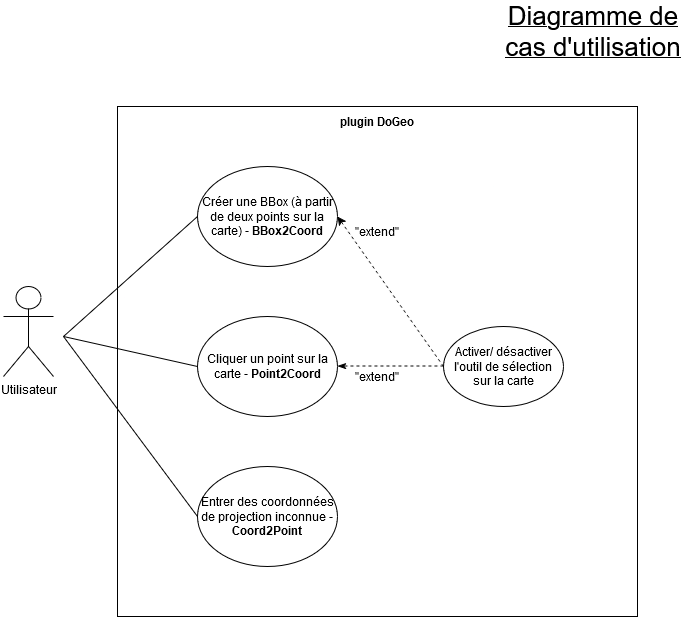
Above: diag_UseCases.png in leonielrx/ProjetInfo_DoGeo (draw.io), before the change. Source tidied: cells renumbered, new cells last; positions are measured from the earlier drawing's top-left corner, leaving out a move shared by most shapes.
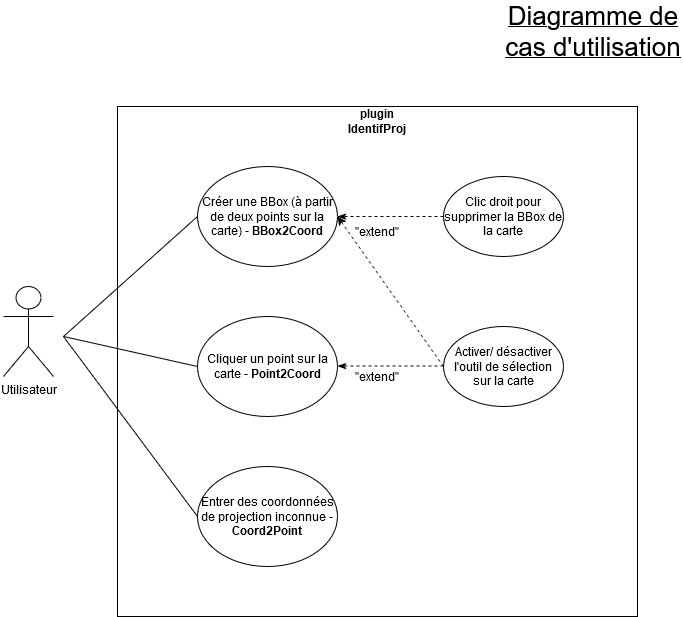
After the commit.

Commit message:
Mettre à jour diag_UseCases.png

Change to the diagram source:
```diff
@@ -8,7 +8,7 @@
     <mxCell id="3" style="verticalLabelPosition=bottom;verticalAlign=top;html=1;shape=mxgraph.basic.rect;fillColor2=none;strokeWidth=1;size=20;indent=5;" parent="1" vertex="1">
       <mxGeometry x="114" y="90" width="520" height="510" as="geometry" />
     </mxCell>
-    <mxCell id="4" value="&lt;b&gt;plugin DoGeo&lt;/b&gt;" style="text;html=1;align=center;verticalAlign=middle;whiteSpace=wrap;rounded=0;" parent="1" vertex="1">
+    <mxCell id="4" value="&lt;b&gt;plugin IdentifProj&lt;br&gt;&lt;/b&gt;" style="text;html=1;align=center;verticalAlign=middle;whiteSpace=wrap;rounded=0;" parent="1" vertex="1">
       <mxGeometry x="334" y="90" width="80" height="30" as="geometry" />
     </mxCell>
     <mxCell id="5" value="Entrer des coordonnées de projection inconnue - &lt;b&gt;Coord2Point&lt;/b&gt;" style="ellipse;whiteSpace=wrap;html=1;" parent="1" vertex="1">
@@ -56,5 +56,14 @@
     <mxCell id="16" value="&lt;u&gt;&lt;font style=&quot;font-size: 26px;&quot;&gt;Diagramme de cas d'utilisation&lt;/font&gt;&lt;/u&gt;" style="text;html=1;align=center;verticalAlign=middle;whiteSpace=wrap;rounded=0;" parent="1" vertex="1">
       <mxGeometry x="500" width="180" height="30" as="geometry" />
     </mxCell>
+    <mxCell id="17" value="Clic droit pour supprimer la BBox de la carte" style="ellipse;whiteSpace=wrap;html=1;" parent="1" vertex="1">
+      <mxGeometry x="440" y="160" width="120" height="80" as="geometry" />
+    </mxCell>
+    <mxCell id="18" style="endArrow=classicThin;dashed=1;html=1;rounded=0;entryX=1;entryY=0.5;entryDx=0;entryDy=0;endFill=1;exitX=0;exitY=0.5;exitDx=0;exitDy=0;" parent="1" edge="1">
+      <mxGeometry relative="1" as="geometry">
+        <mxPoint x="440" y="200" as="sourcePoint" />
+        <mxPoint x="334" y="200" as="targetPoint" />
+      </mxGeometry>
+    </mxCell>
   </root>
 </mxGraphModel>
```
